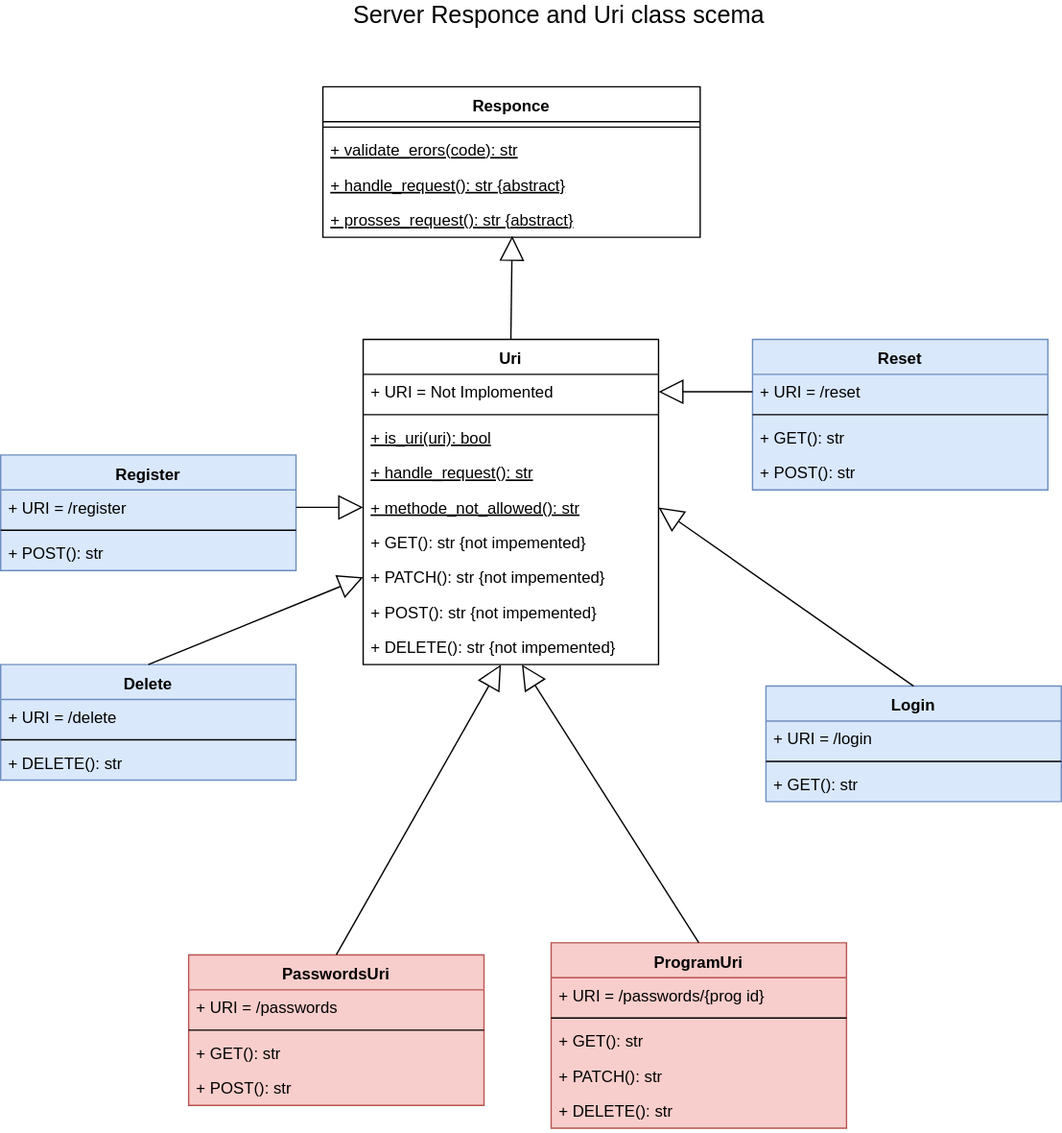
This is Documents/server class diagram-URI.svg from adibl/password_saver, a draw.io export, as it was before one commit. Source tidied: cells renumbered, new cells last; positions are measured from the earlier drawing's top-left corner, leaving out a move shared by most shapes.
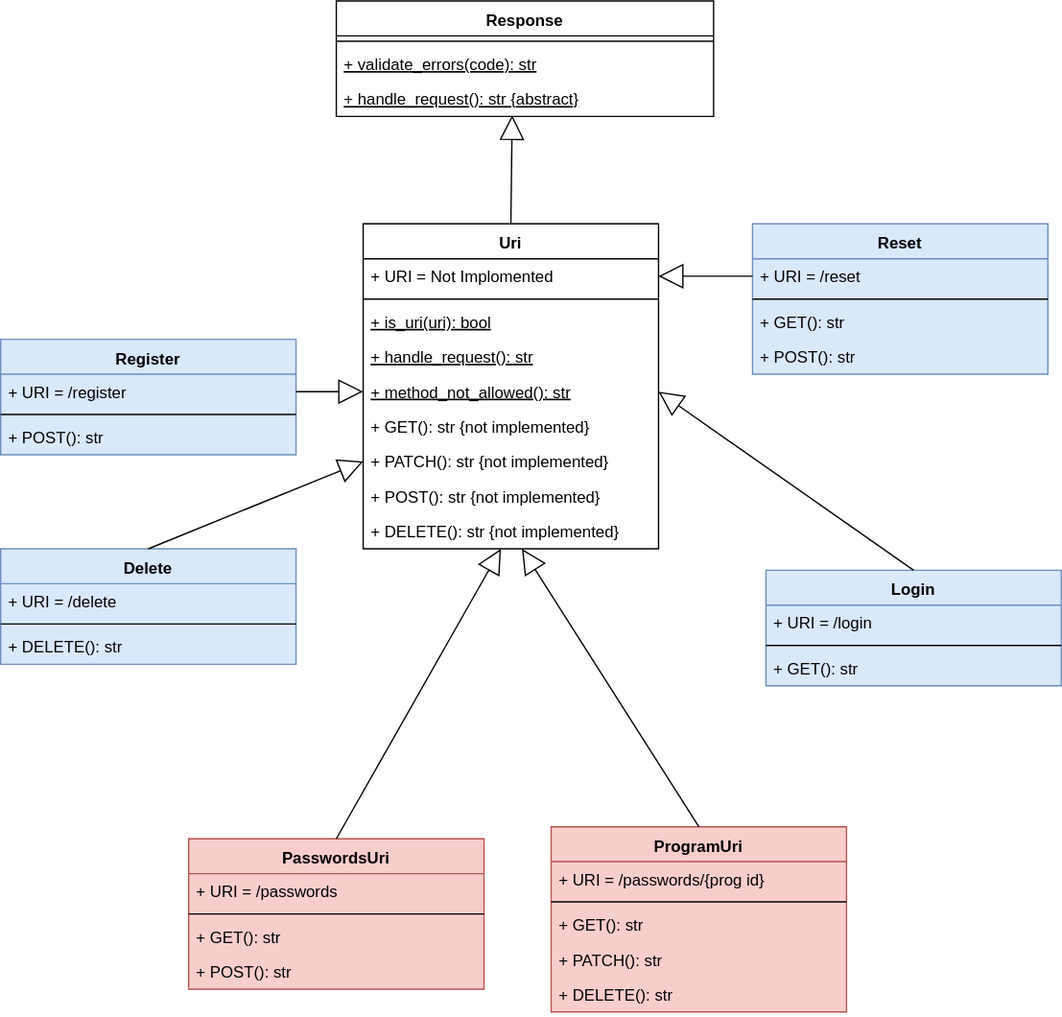
Above is the later version.

The edit, as a diff of the source:
```diff
@@ -2,21 +2,18 @@
   <root>
     <mxCell id="0" />
     <mxCell id="1" parent="0" />
-    <mxCell id="2" value="Responce" style="swimlane;fontStyle=1;align=center;verticalAlign=top;horizontal=1;startSize=26;" parent="1" vertex="1">
-      <mxGeometry x="240" y="64" width="281" height="112" as="geometry" />
+    <mxCell id="2" value="Response" style="swimlane;fontStyle=1;align=center;verticalAlign=top;horizontal=1;startSize=26;" parent="1" vertex="1">
+      <mxGeometry x="250" y="86" width="281" height="86" as="geometry" />
     </mxCell>
     <mxCell id="3" style="line;strokeWidth=1;fillColor=none;align=left;verticalAlign=middle;spacingTop=-1;spacingLeft=3;spacingRight=3;labelPosition=right;" parent="2" vertex="1">
       <mxGeometry y="26" width="281" height="8" as="geometry" />
     </mxCell>
-    <mxCell id="4" value="+ validate_erors(code): str" style="text;strokeColor=none;fillColor=none;align=left;verticalAlign=top;spacingLeft=4;spacingRight=4;overflow=hidden;fontStyle=4;" parent="2" vertex="1">
+    <mxCell id="4" value="+ validate_errors(code): str" style="text;strokeColor=none;fillColor=none;align=left;verticalAlign=top;spacingLeft=4;spacingRight=4;overflow=hidden;fontStyle=4;" parent="2" vertex="1">
       <mxGeometry y="34" width="281" height="26" as="geometry" />
     </mxCell>
     <mxCell id="5" value="+ handle_request(): str {abstract}" style="text;strokeColor=none;fillColor=none;align=left;verticalAlign=top;spacingLeft=4;spacingRight=4;overflow=hidden;fontStyle=4;" parent="2" vertex="1">
       <mxGeometry y="60" width="281" height="26" as="geometry" />
     </mxCell>
-    <mxCell id="6" value="+ prosses_request(): str {abstract}" style="text;strokeColor=none;fillColor=none;align=left;verticalAlign=top;spacingLeft=4;spacingRight=4;overflow=hidden;points=[[0,0.5],[1,0.5]];portConstraint=eastwest;fontStyle=4;" parent="2" vertex="1">
-      <mxGeometry y="86" width="281" height="26" as="geometry" />
-    </mxCell>
     <mxCell id="7" value="Uri" style="swimlane;fontStyle=1;align=center;verticalAlign=top;horizontal=1;startSize=26;" parent="1" vertex="1">
       <mxGeometry x="270" y="252" width="220" height="242" as="geometry" />
     </mxCell>
@@ -32,19 +29,19 @@
     <mxCell id="11" value="+ handle_request(): str" style="text;strokeColor=none;fillColor=none;align=left;verticalAlign=top;spacingLeft=4;spacingRight=4;overflow=hidden;fontStyle=4;" parent="7" vertex="1">
       <mxGeometry y="86" width="220" height="26" as="geometry" />
     </mxCell>
-    <mxCell id="12" value="+ methode_not_allowed(): str" style="text;strokeColor=none;fillColor=none;align=left;verticalAlign=top;spacingLeft=4;spacingRight=4;overflow=hidden;points=[[0,0.5],[1,0.5]];portConstraint=eastwest;fontStyle=4;" parent="7" vertex="1">
+    <mxCell id="12" value="+ method_not_allowed(): str" style="text;strokeColor=none;fillColor=none;align=left;verticalAlign=top;spacingLeft=4;spacingRight=4;overflow=hidden;points=[[0,0.5],[1,0.5]];portConstraint=eastwest;fontStyle=4;" parent="7" vertex="1">
       <mxGeometry y="112" width="220" height="26" as="geometry" />
     </mxCell>
-    <mxCell id="13" value="+ GET(): str {not impemented}" style="text;strokeColor=none;fillColor=none;align=left;verticalAlign=top;spacingLeft=4;spacingRight=4;overflow=hidden;fontStyle=0;" parent="7" vertex="1">
+    <mxCell id="13" value="+ GET(): str {not implemented}" style="text;strokeColor=none;fillColor=none;align=left;verticalAlign=top;spacingLeft=4;spacingRight=4;overflow=hidden;fontStyle=0;" parent="7" vertex="1">
       <mxGeometry y="138" width="220" height="26" as="geometry" />
     </mxCell>
-    <mxCell id="14" value="+ PATCH(): str {not impemented}" style="text;strokeColor=none;fillColor=none;align=left;verticalAlign=top;spacingLeft=4;spacingRight=4;overflow=hidden;points=[[0,0.5],[1,0.5]];portConstraint=eastwest;fontStyle=0;" parent="7" vertex="1">
+    <mxCell id="14" value="+ PATCH(): str {not implemented}" style="text;strokeColor=none;fillColor=none;align=left;verticalAlign=top;spacingLeft=4;spacingRight=4;overflow=hidden;points=[[0,0.5],[1,0.5]];portConstraint=eastwest;fontStyle=0;" parent="7" vertex="1">
       <mxGeometry y="164" width="220" height="26" as="geometry" />
     </mxCell>
-    <mxCell id="15" value="+ POST(): str {not impemented}" style="text;strokeColor=none;fillColor=none;align=left;verticalAlign=top;spacingLeft=4;spacingRight=4;overflow=hidden;fontStyle=0;" parent="7" vertex="1">
+    <mxCell id="15" value="+ POST(): str {not implemented}" style="text;strokeColor=none;fillColor=none;align=left;verticalAlign=top;spacingLeft=4;spacingRight=4;overflow=hidden;fontStyle=0;" parent="7" vertex="1">
       <mxGeometry y="190" width="220" height="26" as="geometry" />
     </mxCell>
-    <mxCell id="16" value="+ DELETE(): str {not impemented}" style="text;strokeColor=none;fillColor=none;align=left;verticalAlign=top;spacingLeft=4;spacingRight=4;overflow=hidden;points=[[0,0.5],[1,0.5]];portConstraint=eastwest;fontStyle=0;" parent="7" vertex="1">
+    <mxCell id="16" value="+ DELETE(): str {not implemented}" style="text;strokeColor=none;fillColor=none;align=left;verticalAlign=top;spacingLeft=4;spacingRight=4;overflow=hidden;points=[[0,0.5],[1,0.5]];portConstraint=eastwest;fontStyle=0;" parent="7" vertex="1">
       <mxGeometry y="216" width="220" height="26" as="geometry" />
     </mxCell>
     <mxCell id="17" value="ProgramUri" style="swimlane;fontStyle=1;align=center;verticalAlign=top;horizontal=1;startSize=26;fillColor=#F8CECC;strokeColor=#b85450;swimlaneFillColor=#F8CECC;" parent="1" vertex="1">
@@ -119,8 +116,10 @@
     <mxCell id="40" value="+ POST(): str&#10; " style="text;strokeColor=none;fillColor=none;align=left;verticalAlign=top;spacingLeft=4;spacingRight=4;overflow=hidden;fontStyle=0;" parent="36" vertex="1">
       <mxGeometry y="86" width="220" height="26" as="geometry" />
     </mxCell>
-    <mxCell id="41" style="endArrow=block;endSize=16;endFill=0;html=1;entryX=0.5;entryY=0.962;entryDx=0;entryDy=0;entryPerimeter=0;exitX=0.5;exitY=0;exitDx=0;exitDy=0;" parent="1" edge="1" source="7" target="6">
-      <mxGeometry x="-0.03" y="16" relative="1" as="geometry" />
+    <mxCell id="41" style="endArrow=block;endSize=16;endFill=0;html=1;entryX=0.5;entryY=0.962;entryDx=0;entryDy=0;entryPerimeter=0;exitX=0.5;exitY=0;exitDx=0;exitDy=0;" parent="1" edge="1" source="7">
+      <mxGeometry x="-0.03" y="16" relative="1" as="geometry">
+        <mxPoint x="381" y="171" as="targetPoint" />
+      </mxGeometry>
     </mxCell>
     <mxCell id="42" style="endArrow=block;endSize=16;endFill=0;html=1;entryX=1;entryY=0.5;entryDx=0;entryDy=0;exitX=0.5;exitY=0;exitDx=0;exitDy=0;" parent="1" edge="1" source="28" target="12">
       <mxGeometry x="-0.03" y="16" relative="1" as="geometry" />
@@ -137,9 +136,6 @@
     <mxCell id="46" style="endArrow=block;endSize=16;endFill=0;html=1;entryX=1;entryY=0.5;entryDx=0;entryDy=0;exitX=0;exitY=0.5;exitDx=0;exitDy=0;" parent="1" edge="1" source="37" target="8">
       <mxGeometry x="-0.03" y="16" relative="1" as="geometry" />
     </mxCell>
-    <mxCell id="47" value="&lt;font style=&quot;font-size: 18px&quot;&gt;Server Responce and Uri class scema&lt;/font&gt;" style="text;html=1;strokeColor=none;fillColor=none;align=center;verticalAlign=middle;whiteSpace=wrap;rounded=0;" parent="1" vertex="1">
-      <mxGeometry x="215" width="400" height="20" as="geometry" />
-    </mxCell>
     <mxCell id="48" value="Delete" style="swimlane;fontStyle=1;align=center;verticalAlign=top;horizontal=1;startSize=26;fillColor=#DAE8FC;strokeColor=#6c8ebf;swimlaneFillColor=#DAE8FC;" parent="1" vertex="1">
       <mxGeometry y="494" width="220" height="86" as="geometry" />
     </mxCell>
```
